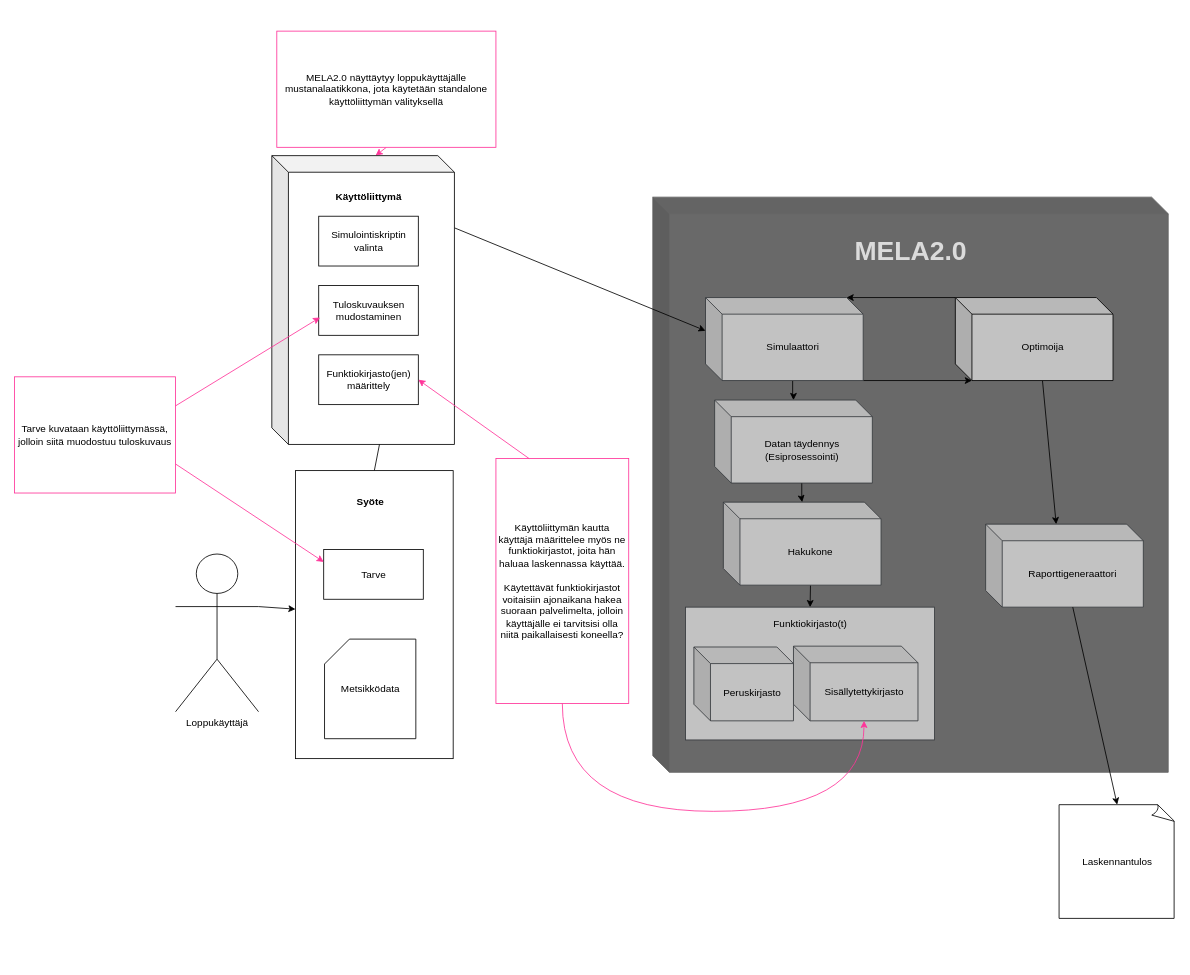
The draw.io diagram Figures/Loppukayttaja.drawio in R1pe/MELA2.0-Users, before the edit. Source tidied: cells renumbered, new cells numbered last; positions are measured from the earlier drawing's top-left corner, leaving out a move shared by most shapes. Both pictures are drawn from the tidied source at 83%, with x=0, y=0 at pixel (14, 31).
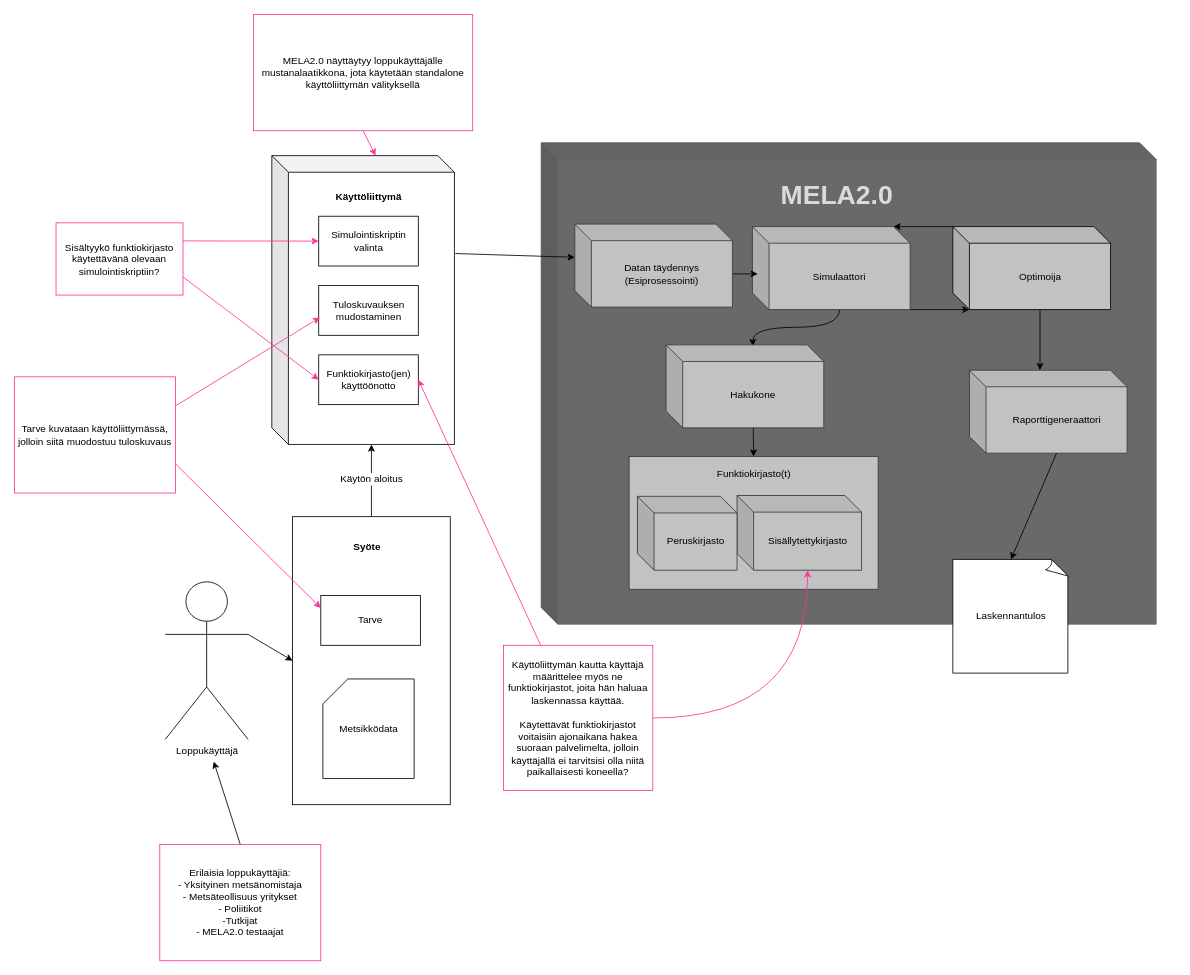
After the change.

Commit message (it also covers changes not shown here):
Minor fixes to Loppukayttaja figure

The change refers to these unchanged cells:
```xml
<mxCell id="19" style="rounded=0;whiteSpace=wrap;html=1;fillColor=#ffffff;fontSize=12;fontColor=#000000;" parent="18" vertex="1">
  <mxGeometry width="190" height="347" as="geometry" />
</mxCell>
<mxCell id="33" style="rounded=0;whiteSpace=wrap;html=1;fillColor=#C2C2C2;fontSize=12;strokeColor=#36393d;" parent="32" vertex="1">
  <mxGeometry width="300" height="160" as="geometry" />
</mxCell>
<mxCell id="34" value="Sisällytettykirjasto" style="shape=cube;whiteSpace=wrap;html=1;boundedLbl=1;backgroundOutline=1;darkOpacity=0.05;darkOpacity2=0.1;fontSize=12;fillColor=#C2C2C2;strokeColor=#36393d;" parent="32" vertex="1">
  <mxGeometry x="130" y="47" width="150" height="90" as="geometry" />
</mxCell>
<mxCell id="38" style="shape=cube;whiteSpace=wrap;html=1;boundedLbl=1;backgroundOutline=1;darkOpacity=0.05;darkOpacity2=0.1;fontSize=12;" parent="1" vertex="1">
  <mxGeometry x="310" y="150" width="220" height="348" as="geometry" />
</mxCell>
<mxCell id="41" value="&lt;div&gt;Simulointiskriptin valinta&lt;/div&gt;" style="rounded=0;whiteSpace=wrap;html=1;fontSize=12;" parent="1" vertex="1">
  <mxGeometry x="366.5" y="223" width="120" height="60" as="geometry" />
</mxCell>
```

Diff of the diagram source:
```diff
@@
-    <mxCell id="2" style="edgeStyle=none;rounded=0;jettySize=auto;html=1;exitX=0.5;exitY=0;exitDx=0;exitDy=0;entryX=0;entryY=0;entryDx=145;entryDy=270;entryPerimeter=0;fontSize=12;fontColor=#000000;" parent="1" edge="1" source="19" target="38">
-      <mxGeometry relative="1" as="geometry" />
+    <mxCell id="2" value="Käytön aloitus" style="edgeStyle=none;rounded=0;jettySize=auto;html=1;exitX=0.5;exitY=0;exitDx=0;exitDy=0;entryX=0;entryY=0;entryDx=120;entryDy=348;entryPerimeter=0;fontSize=12;fontColor=#000000;" parent="1" edge="1" source="19" target="38">
+      <mxGeometry x="0.03" relative="1" as="geometry" />
     </mxCell>
-    <mxCell id="3" style="edgeStyle=none;rounded=0;jettySize=auto;html=1;exitX=1;exitY=0.3333333333333333;exitDx=0;exitDy=0;exitPerimeter=0;fontSize=12;fontColor=#000000;" parent="1" edge="1" source="4" target="19">
+    <mxCell id="3" style="edgeStyle=none;rounded=0;jettySize=auto;html=1;exitX=1;exitY=0.3333333333333333;exitDx=0;exitDy=0;exitPerimeter=0;fontSize=12;fontColor=#000000;entryX=0;entryY=0.5;entryDx=0;entryDy=0;" parent="1" edge="1" source="4" target="19">
       <mxGeometry relative="1" as="geometry" />
     </mxCell>
     <mxCell id="4" value="Loppukäyttäjä" style="shape=umlActor;verticalLabelPosition=bottom;labelBackgroundColor=#ffffff;verticalAlign=top;html=1;outlineConnect=0;fontSize=12;" parent="1" vertex="1">
-      <mxGeometry x="194" y="630" width="100" height="190" as="geometry" />
+      <mxGeometry x="181.5" y="663.5" width="100" height="190" as="geometry" />
     </mxCell>
     <mxCell id="5" style="shape=cube;whiteSpace=wrap;html=1;boundedLbl=1;backgroundOutline=1;darkOpacity=0.05;darkOpacity2=0.1;fontSize=12;fillColor=#696969;strokeColor=#666666;fontColor=#333333;" parent="1" vertex="1">
-      <mxGeometry x="769" y="200" width="621" height="693" as="geometry" />
+      <mxGeometry x="634.5" y="134.5" width="741" height="580" as="geometry" />
     </mxCell>
     <mxCell id="6" value="MELA2.0" style="text;html=1;strokeColor=none;fillColor=none;align=center;verticalAlign=middle;whiteSpace=wrap;rounded=0;fontSize=32;fontColor=#DBDBDB;fontStyle=1;" parent="1" vertex="1">
-      <mxGeometry x="999.5" y="240" width="160" height="50" as="geometry" />
+      <mxGeometry x="910.5" y="173" width="160" height="50" as="geometry" />
     </mxCell>
     <mxCell id="7" value="Raporttigeneraattori" style="shape=cube;whiteSpace=wrap;html=1;boundedLbl=1;backgroundOutline=1;darkOpacity=0.05;darkOpacity2=0.1;fontSize=12;fillColor=#C2C2C2;strokeColor=#36393d;" parent="1" vertex="1">
-      <mxGeometry x="1170" y="594" width="190" height="100" as="geometry" />
+      <mxGeometry x="1150.5" y="408.5" width="190" height="100" as="geometry" />
     </mxCell>
@@
-    <mxCell id="9" style="edgeStyle=orthogonalEdgeStyle;rounded=0;jettySize=auto;html=1;exitX=0;exitY=0;exitDx=105;exitDy=100;exitPerimeter=0;fontSize=12;" parent="1" edge="1" source="10" target="31">
-      <mxGeometry relative="1" as="geometry" />
-    </mxCell>
+    <mxCell id="45" style="edgeStyle=orthogonalEdgeStyle;rounded=0;jettySize=auto;html=1;exitX=0;exitY=0;exitDx=105;exitDy=100;exitPerimeter=0;entryX=0.55;entryY=0.015;entryDx=0;entryDy=0;entryPerimeter=0;strokeColor=#000000;curved=1;" parent="1" edge="1" source="10" target="12">
+      <mxGeometry relative="1" as="geometry" />
+    </mxCell>
     <mxCell id="10" value="Simulaattori" style="shape=cube;whiteSpace=wrap;html=1;boundedLbl=1;backgroundOutline=1;darkOpacity=0.05;darkOpacity2=0.1;fontSize=12;fillColor=#C2C2C2;strokeColor=#36393d;" parent="1" vertex="1">
-      <mxGeometry x="832.5" y="321" width="190" height="100" as="geometry" />
+      <mxGeometry x="889" y="235.5" width="190" height="100" as="geometry" />
     </mxCell>
     <mxCell id="11" style="edgeStyle=none;rounded=0;jettySize=auto;html=1;exitX=0;exitY=0;exitDx=105;exitDy=100;exitPerimeter=0;entryX=0.5;entryY=0;entryDx=0;entryDy=0;fontSize=12;fontColor=#000000;" parent="1" edge="1" source="12" target="33">
-      <mxGeometry relative="1" as="geometry" />
+      <mxGeometry x="0.03" relative="1" as="geometry" />
     </mxCell>
     <mxCell id="12" value="Hakukone" style="shape=cube;whiteSpace=wrap;html=1;boundedLbl=1;backgroundOutline=1;darkOpacity=0.05;darkOpacity2=0.1;fontSize=12;fillColor=#C2C2C2;strokeColor=#36393d;" parent="1" vertex="1">
-      <mxGeometry x="854" y="567.5" width="190" height="100" as="geometry" />
+      <mxGeometry x="785" y="378" width="190" height="100" as="geometry" />
     </mxCell>
@@
     <mxCell id="15" value="Optimoija" style="shape=cube;whiteSpace=wrap;html=1;boundedLbl=1;backgroundOutline=1;darkOpacity=0.05;darkOpacity2=0.1;fontSize=12;fillColor=#C2C2C2;strokeColor=#000000;" parent="1" vertex="1">
-      <mxGeometry x="1133.5" y="321" width="190" height="100" as="geometry" />
+      <mxGeometry x="1130.5" y="235.5" width="190" height="100" as="geometry" />
     </mxCell>
@@
     <mxCell id="17" value="Laskennantulos" style="whiteSpace=wrap;html=1;shape=mxgraph.basic.document;fontSize=12;" parent="1" vertex="1">
-      <mxGeometry x="1258.5" y="932" width="140" height="137" as="geometry" />
+      <mxGeometry x="1130.5" y="636.5" width="140" height="137" as="geometry" />
     </mxCell>
     <mxCell id="18" style="group;fontSize=12;" parent="1" vertex="1">
-      <mxGeometry x="338.5" y="529.5" width="190" height="347" as="geometry" />
+      <mxGeometry x="335" y="585" width="190" height="347" as="geometry" />
     </mxCell>
@@
     <mxCell id="20" value="Metsikködata" style="shape=card;whiteSpace=wrap;html=1;fontSize=12;" parent="18" vertex="1">
-      <mxGeometry x="35" y="203" width="110" height="120" as="geometry" />
+      <mxGeometry x="36.5" y="195.5" width="110" height="120" as="geometry" />
     </mxCell>
@@
-    <mxCell id="23" style="edgeStyle=none;rounded=0;jettySize=auto;html=1;exitX=1;exitY=0.25;exitDx=0;exitDy=0;exitPerimeter=0;entryX=0;entryY=0;entryDx=0;entryDy=40;entryPerimeter=0;fontSize=12;fontColor=#000000;" parent="1" edge="1" source="38" target="10">
-      <mxGeometry relative="1" as="geometry" />
-    </mxCell>
@@
     <mxCell id="26" value="MELA2.0 näyttäytyy loppukäyttäjälle mustanalaatikkona, jota käytetään standalone käyttöliittymän välityksellä" style="text;html=1;align=center;verticalAlign=middle;whiteSpace=wrap;rounded=0;fontSize=12;strokeColor=#FF3399;fillColor=#ffffff;" parent="1" vertex="1">
-      <mxGeometry x="316" width="264" height="140" as="geometry" />
+      <mxGeometry x="288" y="-20" width="264" height="140" as="geometry" />
     </mxCell>
@@
-    <mxCell id="29" value="&lt;div style=&quot;font-size: 12px;&quot;&gt;Käyttöliittymän kautta käyttäjä määrittelee myös ne funktiokirjastot, joita hän haluaa laskennassa käyttää.&lt;/div&gt;&lt;div style=&quot;font-size: 12px;&quot;&gt;&lt;br style=&quot;font-size: 12px;&quot;&gt;&lt;/div&gt;&lt;div style=&quot;font-size: 12px;&quot;&gt;Käytettävät funktiokirjastot voitaisiin ajonaikana hakea suoraan palvelimelta, jolloin käyttäjälle ei tarvitsisi olla niitä paikallaisesti koneella?&lt;br style=&quot;font-size: 12px;&quot;&gt;&lt;/div&gt;" style="text;html=1;align=center;verticalAlign=middle;whiteSpace=wrap;rounded=0;fontSize=12;strokeColor=#FF3399;fillColor=#ffffff;" parent="1" vertex="1">
-      <mxGeometry x="580" y="515" width="160" height="295" as="geometry" />
+    <mxCell id="29" value="&lt;div style=&quot;font-size: 12px&quot;&gt;Käyttöliittymän kautta käyttäjä määrittelee myös ne funktiokirjastot, joita hän haluaa laskennassa käyttää.&lt;/div&gt;&lt;div style=&quot;font-size: 12px&quot;&gt;&lt;br style=&quot;font-size: 12px&quot;&gt;&lt;/div&gt;&lt;div style=&quot;font-size: 12px&quot;&gt;Käytettävät funktiokirjastot voitaisiin ajonaikana hakea suoraan palvelimelta, jolloin käyttäjällä ei tarvitsisi olla niitä paikallaisesti koneella?&lt;br style=&quot;font-size: 12px&quot;&gt;&lt;/div&gt;" style="text;html=1;align=center;verticalAlign=middle;whiteSpace=wrap;rounded=0;fontSize=12;strokeColor=#FF3399;fillColor=#ffffff;" parent="1" vertex="1">
+      <mxGeometry x="589" y="740" width="180" height="175" as="geometry" />
     </mxCell>
-    <mxCell id="30" style="edgeStyle=orthogonalEdgeStyle;rounded=0;jettySize=auto;html=1;exitX=0;exitY=0;exitDx=105;exitDy=100;exitPerimeter=0;fontSize=12;" parent="1" edge="1" source="31" target="12">
-      <mxGeometry relative="1" as="geometry" />
-    </mxCell>
+    <mxCell id="46" style="edgeStyle=none;rounded=0;jettySize=auto;html=1;exitX=0;exitY=0;exitDx=190;exitDy=60;exitPerimeter=0;entryX=0.034;entryY=0.57;entryDx=0;entryDy=0;entryPerimeter=0;strokeColor=#000000;" parent="1" edge="1" source="31" target="10">
+      <mxGeometry relative="1" as="geometry" />
+    </mxCell>
     <mxCell id="31" value="&lt;div style=&quot;font-size: 12px;&quot;&gt;Datan täydennys&lt;/div&gt;&lt;div style=&quot;font-size: 12px;&quot;&gt;(Esiprosessointi)&lt;br style=&quot;font-size: 12px;&quot;&gt;&lt;/div&gt;" style="shape=cube;whiteSpace=wrap;html=1;boundedLbl=1;backgroundOutline=1;darkOpacity=0.05;darkOpacity2=0.1;fontSize=12;fillColor=#C2C2C2;strokeColor=#36393d;" parent="1" vertex="1">
-      <mxGeometry x="843.5" y="444.5" width="190" height="100" as="geometry" />
+      <mxGeometry x="675" y="232.5" width="190" height="100" as="geometry" />
     </mxCell>
     <mxCell id="32" style="group;fontSize=12;" parent="1" vertex="1">
-      <mxGeometry x="808.5" y="694" width="300" height="160" as="geometry" />
+      <mxGeometry x="740.5" y="512.5" width="300" height="160" as="geometry" />
     </mxCell>
@@
-    <mxCell id="37" style="edgeStyle=orthogonalEdgeStyle;rounded=0;jettySize=auto;html=1;exitX=0.5;exitY=1;exitDx=0;exitDy=0;entryX=0;entryY=0;entryDx=85;entryDy=90;entryPerimeter=0;strokeColor=#FF3399;fontSize=12;fontColor=#000000;curved=1;" parent="1" edge="1" source="29" target="34">
+    <mxCell id="37" style="edgeStyle=orthogonalEdgeStyle;rounded=0;jettySize=auto;html=1;exitX=1;exitY=0.5;exitDx=0;exitDy=0;entryX=0;entryY=0;entryDx=85;entryDy=90;entryPerimeter=0;strokeColor=#FF3399;fontSize=12;fontColor=#000000;curved=1;" parent="1" edge="1" source="29" target="34">
       <mxGeometry relative="1" as="geometry">
         <Array as="points">
-          <mxPoint x="660" y="940" />
-          <mxPoint x="1024" y="940" />
+          <mxPoint x="956" y="828" />
         </Array>
       </mxGeometry>
     </mxCell>
+    <mxCell id="47" style="rounded=0;jettySize=auto;html=1;exitX=1.005;exitY=0.339;exitDx=0;exitDy=0;exitPerimeter=0;entryX=0;entryY=0;entryDx=0;entryDy=40;entryPerimeter=0;strokeColor=#000000;" parent="1" edge="1" source="38" target="31">
+      <mxGeometry relative="1" as="geometry" />
+    </mxCell>
@@
-    <mxCell id="40" value="Funktiokirjasto(jen) määrittely" style="rounded=0;whiteSpace=wrap;html=1;fontSize=12;" parent="1" vertex="1">
+    <mxCell id="40" value="Funktiokirjasto(jen) käyttöönotto" style="rounded=0;whiteSpace=wrap;html=1;fontSize=12;" parent="1" vertex="1">
       <mxGeometry x="366.5" y="390" width="120" height="60" as="geometry" />
     </mxCell>
@@
+    <mxCell id="48" style="rounded=0;jettySize=auto;html=1;exitX=1;exitY=0.75;exitDx=0;exitDy=0;entryX=0;entryY=0.5;entryDx=0;entryDy=0;strokeColor=#FF3399;" parent="1" edge="1" source="50" target="40">
+      <mxGeometry relative="1" as="geometry" />
+    </mxCell>
+    <mxCell id="49" style="edgeStyle=none;rounded=0;jettySize=auto;html=1;exitX=1;exitY=0.25;exitDx=0;exitDy=0;entryX=0;entryY=0.5;entryDx=0;entryDy=0;strokeColor=#FF3399;" parent="1" edge="1" source="50" target="41">
+      <mxGeometry relative="1" as="geometry" />
+    </mxCell>
+    <mxCell id="50" value="Sisältyykö funktiokirjasto käytettävänä olevaan simulointiskriptiin?" style="text;html=1;align=center;verticalAlign=middle;whiteSpace=wrap;rounded=0;fontSize=12;strokeColor=#FF3399;fillColor=#ffffff;" parent="1" vertex="1">
+      <mxGeometry x="50" y="231" width="153" height="87" as="geometry" />
+    </mxCell>
+    <mxCell id="51" style="edgeStyle=none;rounded=0;jettySize=auto;html=1;exitX=0.5;exitY=0;exitDx=0;exitDy=0;strokeColor=#000000;" parent="1" edge="1" source="52">
+      <mxGeometry relative="1" as="geometry">
+        <mxPoint x="240" y="880" as="targetPoint" />
+      </mxGeometry>
+    </mxCell>
+    <mxCell id="52" value="&lt;div&gt;Erilaisia loppukäyttäjiä:&lt;/div&gt;&lt;div&gt;- Yksityinen metsänomistaja&lt;/div&gt;&lt;div&gt;- Metsäteollisuus yritykset&lt;/div&gt;&lt;div&gt;- Poliitikot&lt;/div&gt;&lt;div&gt;-Tutkijat&lt;/div&gt;&lt;div&gt;- MELA2.0 testaajat&lt;br&gt;&lt;/div&gt;" style="text;html=1;align=center;verticalAlign=middle;whiteSpace=wrap;rounded=0;fontSize=12;strokeColor=#FF3399;fillColor=#ffffff;" parent="1" vertex="1">
+      <mxGeometry x="175" y="980" width="194" height="140" as="geometry" />
+    </mxCell>
```
